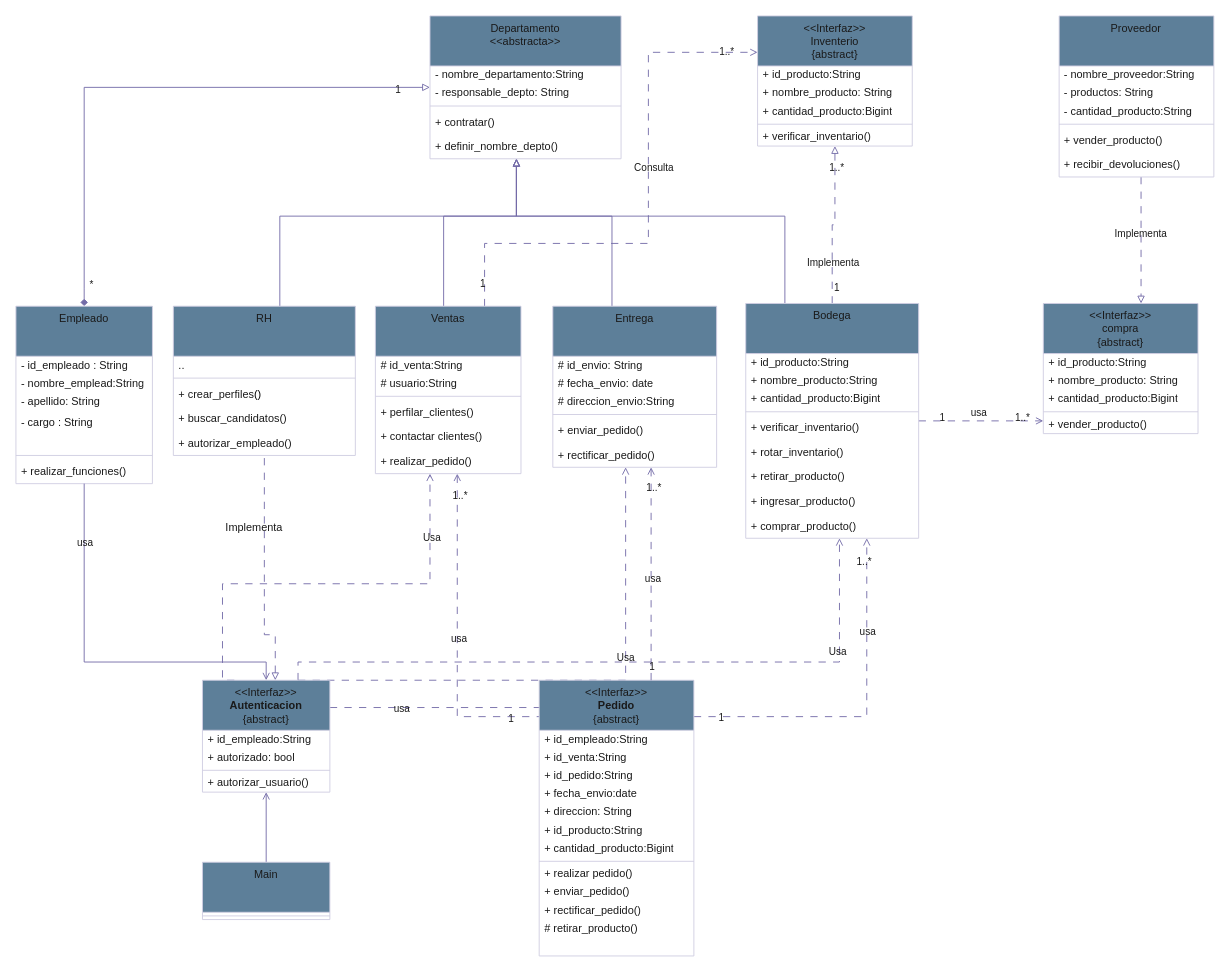
Before: docs/PoliAct2.drawio in inglopez89/poli_master_project, a draw.io diagram. Source tidied: cells renumbered, new cells numbered last; positions are measured from the earlier drawing's top-left corner, leaving out a move shared by most shapes. Both pictures are drawn from the tidied source at 91%, with x=0, y=0 at pixel (15, 15).
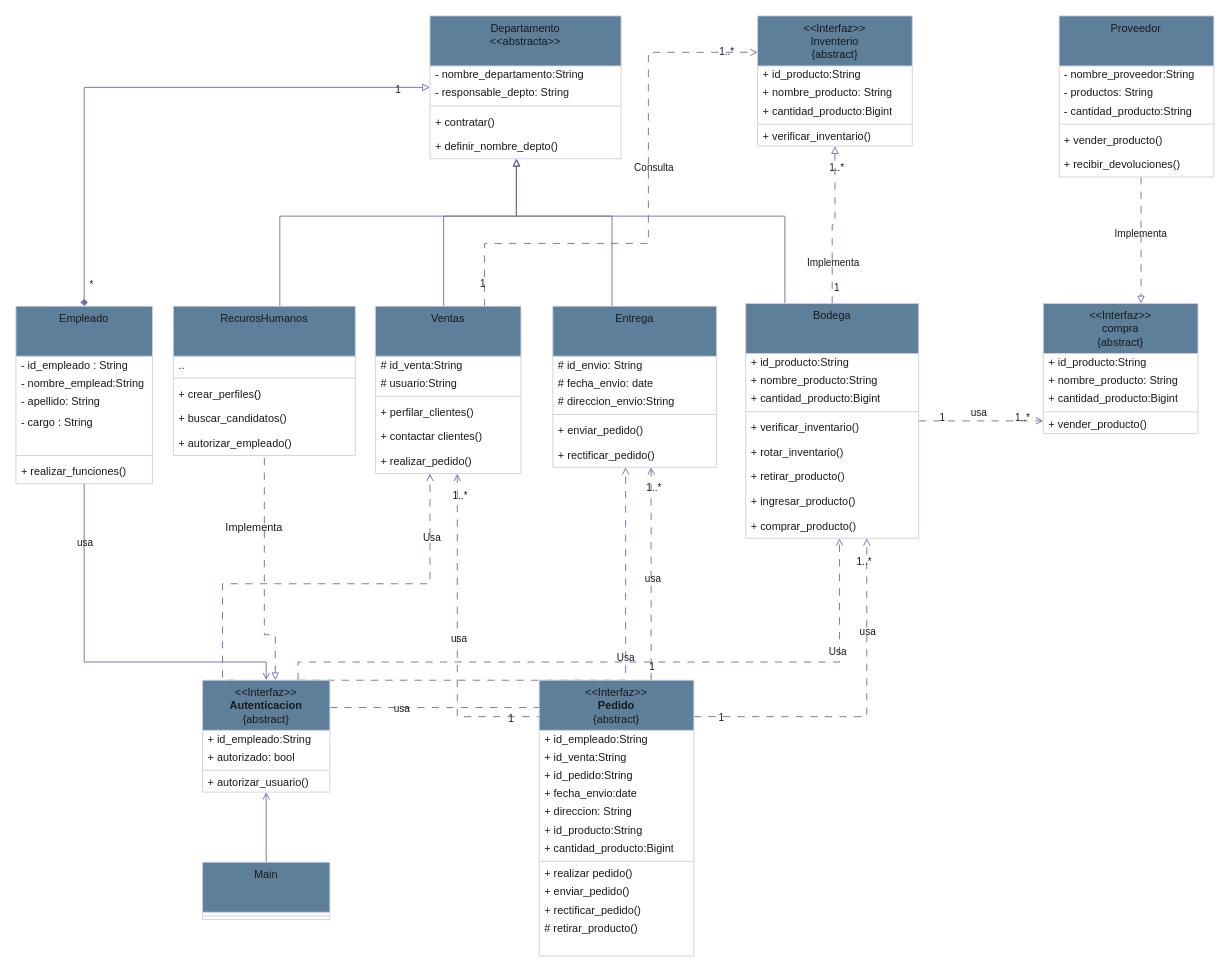
The same page after the edit.

Change to the diagram source:
```diff
@@
-    <mxCell id="61" value="RH" style="swimlane;fontStyle=0;align=center;verticalAlign=top;horizontal=1;startSize=55;html=1;whiteSpace=wrap;labelBackgroundColor=none;fillColor=#5D7F99;strokeColor=#D0CEE2;fontColor=#1A1A1A;rounded=0;" parent="1" vertex="1">
+    <mxCell id="61" value="Recuros&lt;span style=&quot;background-color: transparent; color: light-dark(rgb(26, 26, 26), rgb(215, 215, 215));&quot;&gt;Humanos&lt;/span&gt;" style="swimlane;fontStyle=0;align=center;verticalAlign=top;horizontal=1;startSize=55;html=1;whiteSpace=wrap;labelBackgroundColor=none;fillColor=#5D7F99;strokeColor=#D0CEE2;fontColor=#1A1A1A;rounded=0;" parent="1" vertex="1">
       <mxGeometry x="173" y="319" width="200" height="164" as="geometry" />
     </mxCell>
```
